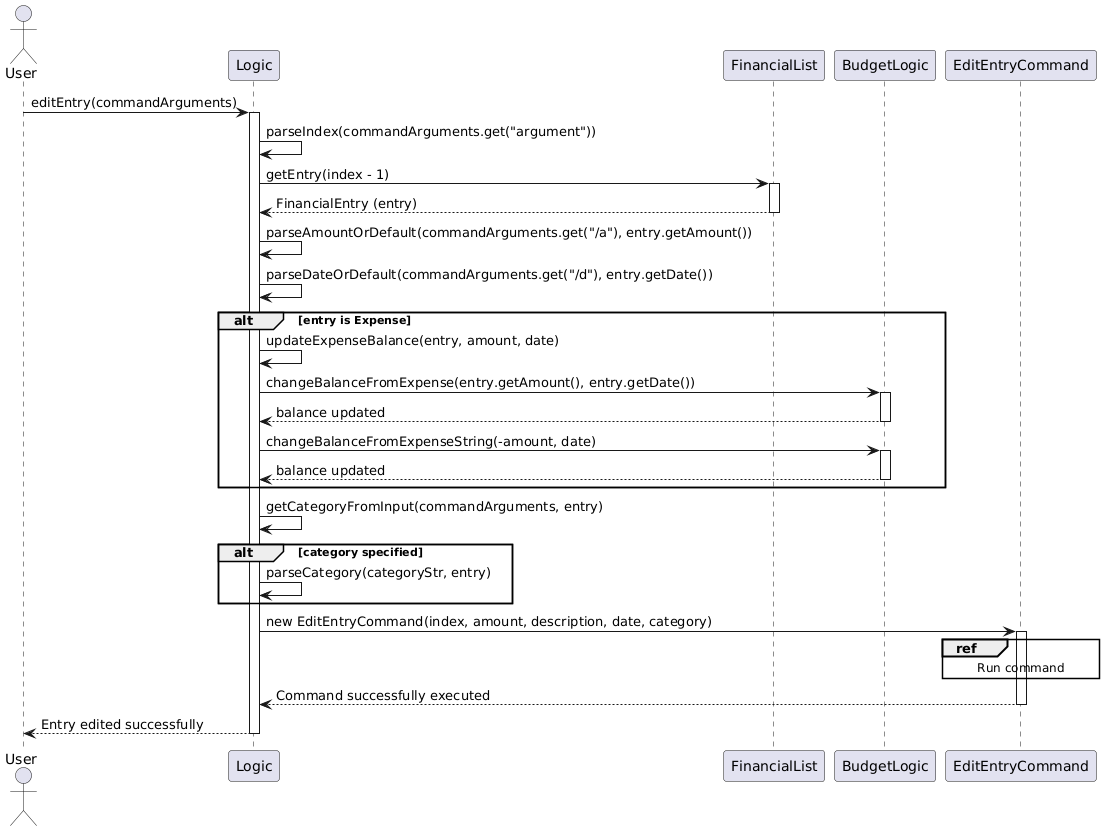
The PlantUML diagram docs/UML/LogicSequence.png in nus-cs2113-AY2425S1/tp, before a commit.
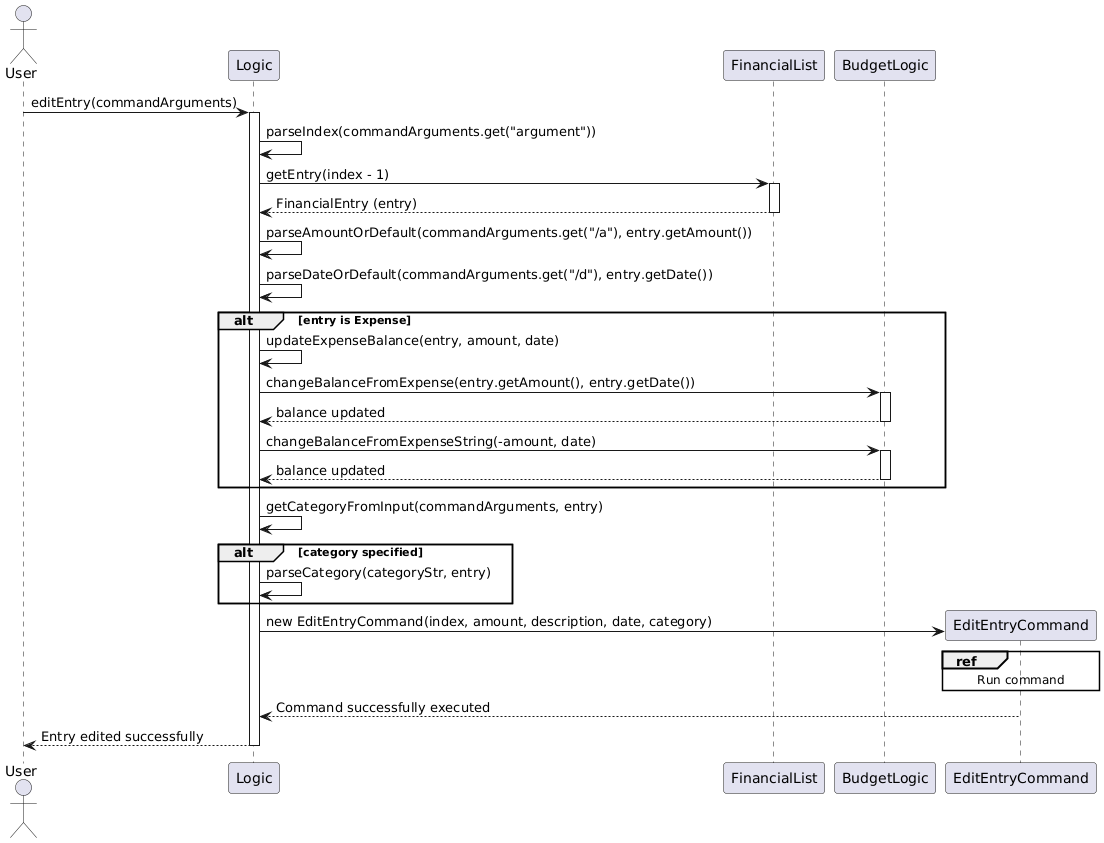
Above is the later version.

Commit message:
Update logic sequence diagram

What changed in the source:
```diff
@@ -29,11 +29,13 @@
     Logic -> Logic : parseCategory(categoryStr, entry)
 end
 
-Logic -> EditEntryCommand : new EditEntryCommand(index, amount, description, date, category)
-activate EditEntryCommand
+
+
+Logic -> EditEntryCommand ** : new EditEntryCommand(index, amount, description, date, category)
+
 ref over EditEntryCommand : Run command
 EditEntryCommand --> Logic : Command successfully executed
-deactivate EditEntryCommand
+
 
 Logic --> User : Entry edited successfully
 deactivate Logic
```
